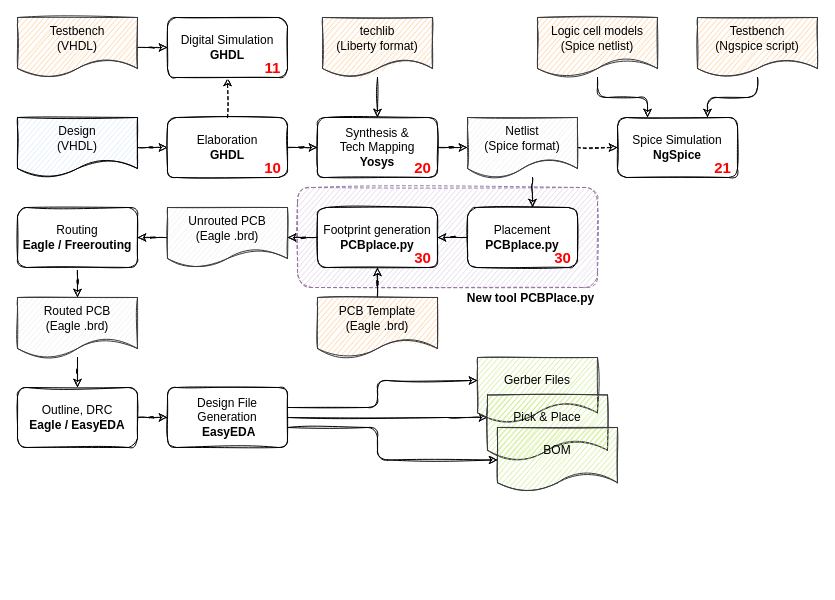
Above: Images/PCBFlow_numbered.drawio in cpldcpu/PCBFlow (draw.io), before the change. Source tidied: cells renumbered, new cells numbered last; positions are measured from the earlier drawing's top-left corner, leaving out a move shared by most shapes. Both pictures are drawn from the tidied source at 100%, with x=0, y=0 at pixel (17, 17).
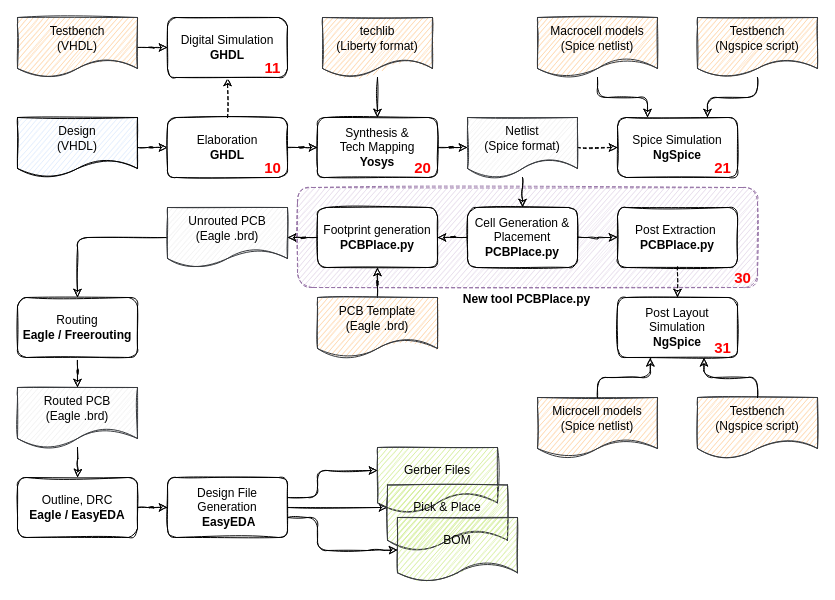
The same page after the edit.

Commit message (it also covers changes not shown here):
introduct post layout extraction and simulation

The change refers to these unchanged cells:
```xml
<mxCell id="12" value="Netlist&lt;br&gt;(Spice format)" style="shape=document;whiteSpace=wrap;html=1;boundedLbl=1;fillColor=#eeeeee;strokeColor=#36393d;rounded=1;sketch=1;" parent="1" vertex="1">
  <mxGeometry x="450" y="100" width="110" height="60" as="geometry" />
</mxCell>
```

Diff of the diagram source:
```diff
@@
     <mxCell id="2" style="rounded=1;whiteSpace=wrap;html=1;dashed=1;fillColor=#e1d5e7;strokeColor=#9673a6;sketch=1;" parent="1" vertex="1">
-      <mxGeometry x="280" y="170" width="300" height="100" as="geometry" />
+      <mxGeometry x="280" y="170" width="460" height="100" as="geometry" />
     </mxCell>
@@
     <mxCell id="10" style="edgeStyle=orthogonalEdgeStyle;jettySize=auto;html=1;sketch=1;" parent="1" edge="1" source="12" target="14">
       <mxGeometry relative="1" as="geometry">
         <Array as="points">
-          <mxPoint x="515" y="170" />
-          <mxPoint x="515" y="170" />
+          <mxPoint x="505" y="180" />
+          <mxPoint x="505" y="180" />
         </Array>
       </mxGeometry>
     </mxCell>
@@
-    <mxCell id="14" value="Placement&lt;br&gt;&lt;b&gt;PCBplace.py&lt;/b&gt;" style="whiteSpace=wrap;html=1;rounded=1;sketch=1;" parent="1" vertex="1">
+    <mxCell id="14" value="Cell Generation &amp;amp; Placement&lt;br&gt;&lt;b&gt;PCBPlace.py&lt;/b&gt;" style="whiteSpace=wrap;html=1;rounded=1;sketch=1;" parent="1" vertex="1">
       <mxGeometry x="450" y="190" width="110" height="60" as="geometry" />
     </mxCell>
@@
-    <mxCell id="18" value="Footprint generation&lt;br&gt;&lt;b&gt;PCBplace.py&lt;/b&gt;" style="whiteSpace=wrap;html=1;rounded=1;sketch=1;" parent="1" vertex="1">
+    <mxCell id="18" value="Footprint generation&lt;br&gt;&lt;b&gt;PCBPlace.py&lt;/b&gt;" style="whiteSpace=wrap;html=1;rounded=1;sketch=1;" parent="1" vertex="1">
       <mxGeometry x="300" y="190" width="120" height="60" as="geometry" />
     </mxCell>
@@
-    <mxCell id="23" value="Logic cell models&lt;br&gt;(Spice netlist)" style="shape=document;whiteSpace=wrap;html=1;boundedLbl=1;fillColor=#ffcc99;strokeColor=#36393d;rounded=1;sketch=1;" parent="1" vertex="1">
+    <mxCell id="23" value="Macrocell models&lt;br&gt;(Spice netlist)" style="shape=document;whiteSpace=wrap;html=1;boundedLbl=1;fillColor=#ffcc99;strokeColor=#36393d;rounded=1;sketch=1;" parent="1" vertex="1">
       <mxGeometry x="520" width="120" height="60" as="geometry" />
     </mxCell>
@@
     <mxCell id="29" value="Routing&lt;br&gt;&lt;b&gt;Eagle / Freerouting&lt;/b&gt;" style="whiteSpace=wrap;html=1;rounded=1;sketch=1;" parent="1" vertex="1">
-      <mxGeometry y="190" width="120" height="60" as="geometry" />
+      <mxGeometry y="280" width="120" height="60" as="geometry" />
     </mxCell>
@@
     <mxCell id="31" value="Outline, DRC&lt;br&gt;&lt;b&gt;Eagle / EasyEDA&lt;/b&gt;" style="whiteSpace=wrap;html=1;rounded=1;sketch=1;" parent="1" vertex="1">
-      <mxGeometry y="370" width="120" height="60" as="geometry" />
+      <mxGeometry y="460" width="120" height="60" as="geometry" />
     </mxCell>
     <mxCell id="32" style="edgeStyle=orthogonalEdgeStyle;jettySize=auto;html=1;sketch=1;" parent="1" edge="1" source="35" target="38">
       <mxGeometry relative="1" as="geometry">
         <Array as="points">
-          <mxPoint x="360" y="390" />
-          <mxPoint x="360" y="363" />
+          <mxPoint x="300" y="480" />
+          <mxPoint x="300" y="453" />
         </Array>
       </mxGeometry>
     </mxCell>
     <mxCell id="33" style="edgeStyle=orthogonalEdgeStyle;jettySize=auto;html=1;exitX=1;exitY=0.5;exitDx=0;exitDy=0;sketch=1;" parent="1" edge="1" source="35" target="39">
       <mxGeometry relative="1" as="geometry">
         <Array as="points">
-          <mxPoint x="440" y="400" />
-          <mxPoint x="440" y="400" />
+          <mxPoint x="440" y="490" />
+          <mxPoint x="440" y="490" />
         </Array>
       </mxGeometry>
     </mxCell>
     <mxCell id="34" style="edgeStyle=orthogonalEdgeStyle;jettySize=auto;html=1;exitX=0.999;exitY=0.667;exitDx=0;exitDy=0;entryX=0;entryY=0.5;entryDx=0;entryDy=0;exitPerimeter=0;sketch=1;" parent="1" edge="1" source="35" target="40">
       <mxGeometry relative="1" as="geometry">
         <Array as="points">
-          <mxPoint x="360" y="410" />
-          <mxPoint x="360" y="443" />
-          <mxPoint x="480" y="443" />
+          <mxPoint x="300" y="500" />
+          <mxPoint x="300" y="533" />
+          <mxPoint x="360" y="533" />
         </Array>
       </mxGeometry>
     </mxCell>
     <mxCell id="35" value="Design File Generation&lt;br&gt;&lt;b&gt;&amp;nbsp;EasyEDA&lt;/b&gt;" style="whiteSpace=wrap;html=1;rounded=1;sketch=1;" parent="1" vertex="1">
-      <mxGeometry x="150" y="370" width="120" height="60" as="geometry" />
+      <mxGeometry x="150" y="460" width="120" height="60" as="geometry" />
     </mxCell>
-    <mxCell id="36" style="edgeStyle=orthogonalEdgeStyle;jettySize=auto;html=1;sketch=1;" parent="1" edge="1" source="37" target="31">
-      <mxGeometry relative="1" as="geometry" />
+    <mxCell id="36" style="edgeStyle=orthogonalEdgeStyle;jettySize=auto;html=1;sketch=1;" parent="1" edge="1" target="31">
+      <mxGeometry relative="1" as="geometry">
+        <mxPoint x="60" y="430" as="sourcePoint" />
+      </mxGeometry>
     </mxCell>
     <mxCell id="37" value="Routed PCB&lt;br&gt;(Eagle .brd)" style="shape=document;whiteSpace=wrap;html=1;boundedLbl=1;fillColor=#eeeeee;strokeColor=#36393d;rounded=1;sketch=1;" parent="1" vertex="1">
-      <mxGeometry y="280" width="120" height="60" as="geometry" />
+      <mxGeometry y="370" width="120" height="60" as="geometry" />
     </mxCell>
     <mxCell id="38" value="Gerber Files" style="shape=document;whiteSpace=wrap;html=1;boundedLbl=1;fillColor=#cdeb8b;strokeColor=#36393d;rounded=1;sketch=1;" parent="1" vertex="1">
-      <mxGeometry x="460" y="340" width="120" height="65" as="geometry" />
+      <mxGeometry x="360" y="430" width="120" height="65" as="geometry" />
     </mxCell>
     <mxCell id="39" value="Pick &amp;amp; Place" style="shape=document;whiteSpace=wrap;html=1;boundedLbl=1;fillColor=#cdeb8b;strokeColor=#36393d;rounded=1;sketch=1;" parent="1" vertex="1">
-      <mxGeometry x="470" y="377.5" width="120" height="65" as="geometry" />
+      <mxGeometry x="370" y="467.5" width="120" height="65" as="geometry" />
     </mxCell>
     <mxCell id="40" value="BOM" style="shape=document;whiteSpace=wrap;html=1;boundedLbl=1;fillColor=#cdeb8b;strokeColor=#36393d;rounded=1;sketch=1;" parent="1" vertex="1">
-      <mxGeometry x="480" y="410" width="120" height="65" as="geometry" />
+      <mxGeometry x="380" y="500" width="120" height="65" as="geometry" />
     </mxCell>
@@
     <mxCell id="48" value="30" style="text;html=1;align=center;verticalAlign=middle;strokeColor=none;fillColor=none;fontStyle=1;fontSize=15;labelBackgroundColor=none;labelBorderColor=none;fontColor=#FF0000;" parent="1" vertex="1">
-      <mxGeometry x="530" y="230" width="30" height="20" as="geometry" />
+      <mxGeometry x="710" y="250" width="30" height="20" as="geometry" />
     </mxCell>
-    <mxCell id="49" value="30" style="text;html=1;align=center;verticalAlign=middle;strokeColor=none;fillColor=none;fontStyle=1;fontSize=15;labelBackgroundColor=none;labelBorderColor=none;fontColor=#FF0000;" parent="1" vertex="1">
-      <mxGeometry x="390" y="230" width="30" height="20" as="geometry" />
-    </mxCell>
     <mxCell id="50" value="New tool PCBPlace.py" style="text;html=1;strokeColor=none;fillColor=none;align=center;verticalAlign=middle;whiteSpace=wrap;rounded=0;dashed=1;sketch=1;fontStyle=1;" parent="1" vertex="1">
-      <mxGeometry x="436" y="266" width="155" height="30" as="geometry" />
+      <mxGeometry x="432" y="267" width="155" height="30" as="geometry" />
     </mxCell>
+    <mxCell id="51" value="Post Extraction&amp;nbsp;&lt;br&gt;&lt;b&gt;PCBPlace.py&lt;/b&gt;" style="whiteSpace=wrap;html=1;rounded=1;sketch=1;" parent="1" vertex="1">
+      <mxGeometry x="600" y="190" width="120" height="60" as="geometry" />
+    </mxCell>
+    <mxCell id="52" style="edgeStyle=orthogonalEdgeStyle;orthogonalLoop=1;jettySize=auto;html=1;sketch=1;" parent="1" edge="1">
+      <mxGeometry relative="1" as="geometry">
+        <mxPoint x="560" y="219.7" as="sourcePoint" />
+        <mxPoint x="600" y="219.7" as="targetPoint" />
+      </mxGeometry>
+    </mxCell>
+    <mxCell id="53" value="Post Layout Simulation&lt;br&gt;&lt;b&gt;NgSpice&lt;/b&gt;" style="whiteSpace=wrap;html=1;rounded=1;sketch=1;" parent="1" vertex="1">
+      <mxGeometry x="600" y="280" width="120" height="60" as="geometry" />
+    </mxCell>
+    <mxCell id="54" style="edgeStyle=orthogonalEdgeStyle;jettySize=auto;html=1;dashed=1;sketch=1;entryX=0.5;entryY=0;entryDx=0;entryDy=0;" parent="1" edge="1" target="53">
+      <mxGeometry relative="1" as="geometry">
+        <mxPoint x="660" y="249.4" as="sourcePoint" />
+      </mxGeometry>
+    </mxCell>
+    <mxCell id="55" value="31" style="text;html=1;align=center;verticalAlign=middle;strokeColor=none;fillColor=none;fontStyle=1;fontSize=15;labelBackgroundColor=none;labelBorderColor=none;fontColor=#FF0000;" parent="1" vertex="1">
+      <mxGeometry x="690" y="320" width="30" height="20" as="geometry" />
+    </mxCell>
+    <mxCell id="56" value="Microcell models&lt;br&gt;(Spice netlist)" style="shape=document;whiteSpace=wrap;html=1;boundedLbl=1;fillColor=#ffcc99;strokeColor=#36393d;rounded=1;sketch=1;" parent="1" vertex="1">
+      <mxGeometry x="520" y="380" width="120" height="60" as="geometry" />
+    </mxCell>
+    <mxCell id="57" value="Testbench&lt;br&gt;(Ngspice script)" style="shape=document;whiteSpace=wrap;html=1;boundedLbl=1;fillColor=#ffcc99;strokeColor=#36393d;rounded=1;sketch=1;" parent="1" vertex="1">
+      <mxGeometry x="680" y="380" width="120" height="60" as="geometry" />
+    </mxCell>
+    <mxCell id="58" style="edgeStyle=orthogonalEdgeStyle;jettySize=auto;html=1;entryX=0.274;entryY=1.005;entryDx=0;entryDy=0;sketch=1;entryPerimeter=0;" parent="1" edge="1" target="53">
+      <mxGeometry relative="1" as="geometry">
+        <mxPoint x="580" y="380" as="sourcePoint" />
+        <Array as="points">
+          <mxPoint x="580" y="360" />
+          <mxPoint x="633" y="360" />
+        </Array>
+      </mxGeometry>
+    </mxCell>
+    <mxCell id="59" style="edgeStyle=orthogonalEdgeStyle;jettySize=auto;html=1;entryX=0.274;entryY=1.005;entryDx=0;entryDy=0;sketch=1;entryPerimeter=0;exitX=0.5;exitY=0;exitDx=0;exitDy=0;" parent="1" edge="1" source="57">
+      <mxGeometry relative="1" as="geometry">
+        <mxPoint x="686.4" y="340.3" as="targetPoint" />
+        <Array as="points">
+          <mxPoint x="740" y="360" />
+          <mxPoint x="686" y="360" />
+        </Array>
+      </mxGeometry>
+    </mxCell>
```
